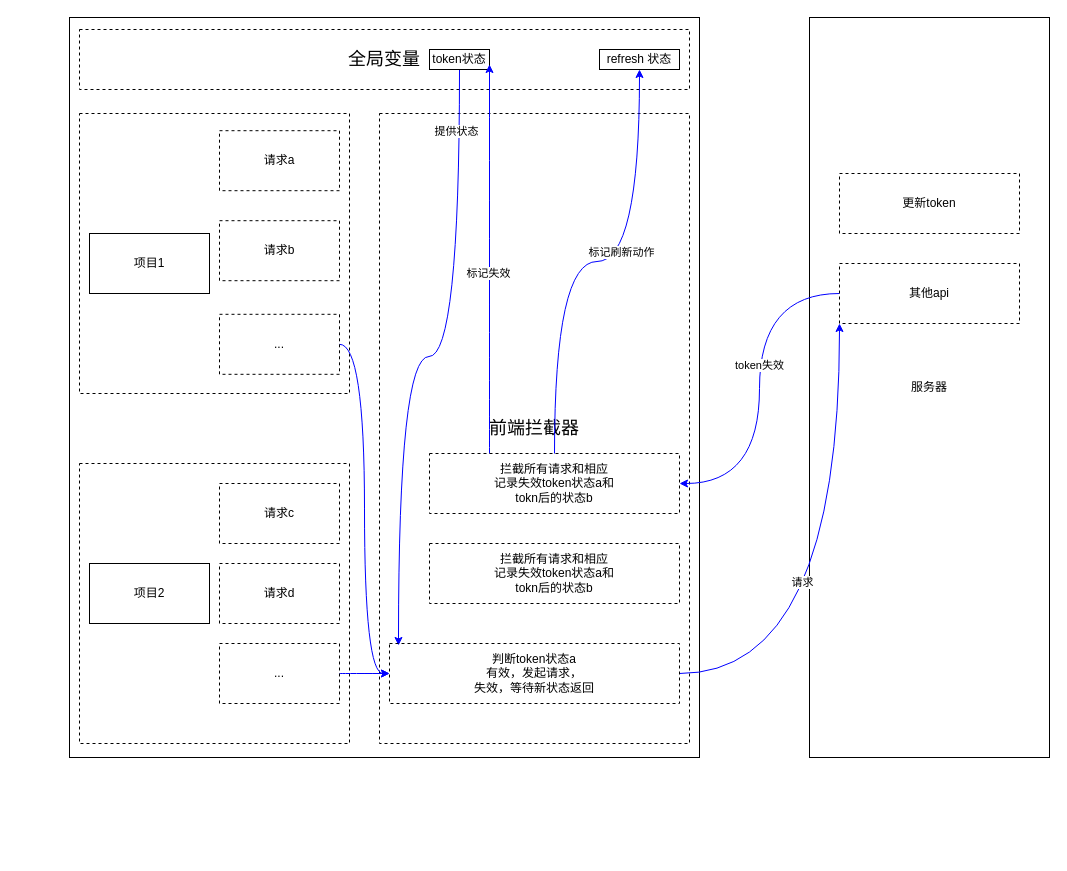
jsoncode/javascriptFuction keeps this draw.io diagram as Untitled Diagram.drawio. Above is the earlier version. Source tidied: cells renumbered, new cells numbered last; positions are measured from the earlier drawing's top-left corner, leaving out a move shared by most shapes. Both pictures are drawn from the tidied source at 100%, with x=0, y=0 at pixel (69, 17).
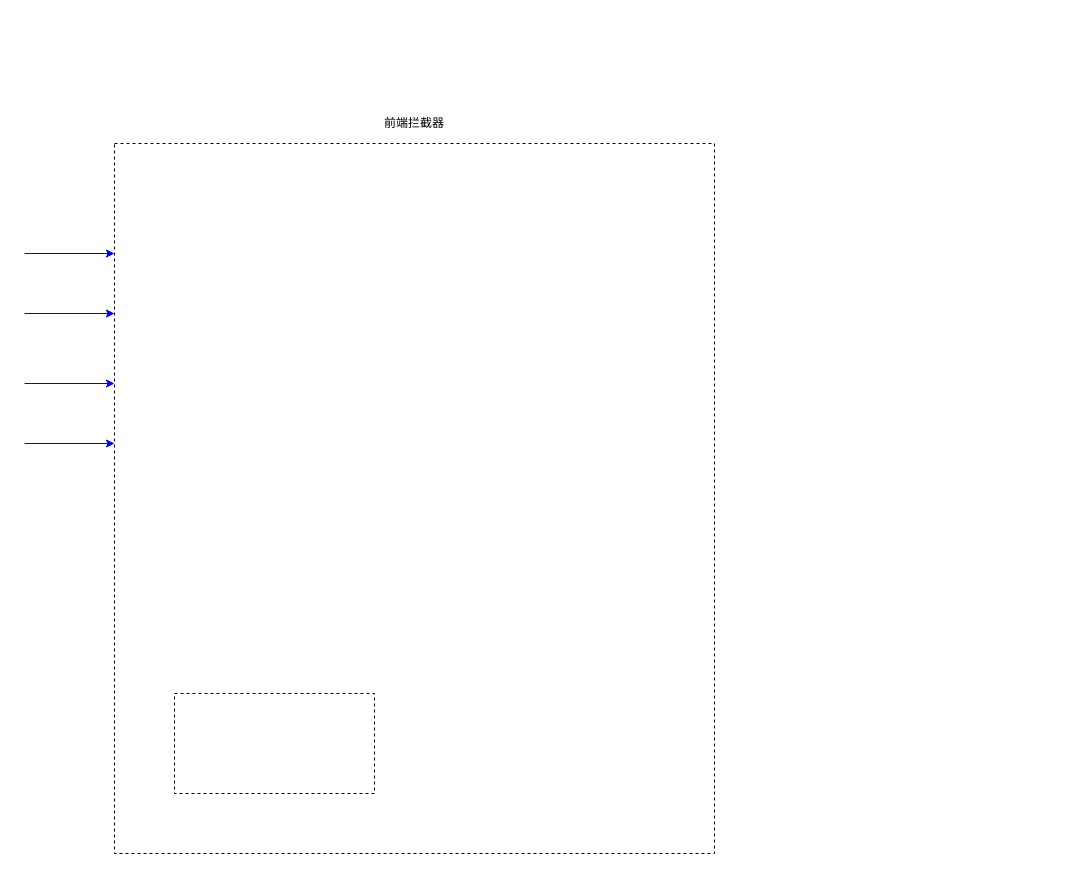
The same diagram, later.

Change to the diagram source:
```diff
@@
-    <mxCell id="2" value="服务器" style="rounded=0;whiteSpace=wrap;html=1;sketch=0;fillColor=none;" parent="1" vertex="1">
-      <mxGeometry x="740" width="240" height="740" as="geometry" />
-    </mxCell>
-    <mxCell id="3" style="rounded=0;whiteSpace=wrap;html=1;sketch=0;fillColor=none;" parent="1" vertex="1">
-      <mxGeometry width="630" height="740" as="geometry" />
-    </mxCell>
-    <mxCell id="4" value="&lt;font style=&quot;font-size: 18px&quot;&gt;全局变量&lt;/font&gt;" style="rounded=0;whiteSpace=wrap;html=1;sketch=0;fillColor=none;dashed=1;" parent="1" vertex="1">
-      <mxGeometry x="10" y="12" width="610" height="60" as="geometry" />
-    </mxCell>
+    <mxCell id="35" style="rounded=0;whiteSpace=wrap;html=1;dashed=1;sketch=0;fillColor=none;" parent="1" vertex="1">
+      <mxGeometry x="45" y="126" width="600" height="710" as="geometry" />
+    </mxCell>
+    <mxCell id="36" style="endArrow=classic;html=1;strokeColor=#0000FF;" parent="1" edge="1">
+      <mxGeometry relative="1" as="geometry">
+        <mxPoint x="-45" y="236" as="sourcePoint" />
+        <mxPoint x="45" y="236" as="targetPoint" />
+      </mxGeometry>
+    </mxCell>
+    <mxCell id="37" style="endArrow=classic;html=1;strokeColor=#0000FF;" parent="1" edge="1">
+      <mxGeometry relative="1" as="geometry">
+        <mxPoint x="-45" y="296" as="sourcePoint" />
+        <mxPoint x="45" y="296" as="targetPoint" />
+      </mxGeometry>
+    </mxCell>
+    <mxCell id="38" style="endArrow=classic;html=1;strokeColor=#0000FF;" parent="1" edge="1">
+      <mxGeometry relative="1" as="geometry">
+        <mxPoint x="-45" y="366" as="sourcePoint" />
+        <mxPoint x="45" y="366" as="targetPoint" />
+      </mxGeometry>
+    </mxCell>
+    <mxCell id="39" style="endArrow=classic;html=1;strokeColor=#0000FF;" parent="1" edge="1">
+      <mxGeometry relative="1" as="geometry">
+        <mxPoint x="-45" y="426" as="sourcePoint" />
+        <mxPoint x="45" y="426" as="targetPoint" />
+      </mxGeometry>
+    </mxCell>
+    <mxCell id="40" style="rounded=0;whiteSpace=wrap;html=1;dashed=1;sketch=0;fillColor=none;" parent="1" vertex="1">
+      <mxGeometry x="105" y="676" width="200" height="100" as="geometry" />
+    </mxCell>
-    <mxCell id="5" value="&lt;font style=&quot;font-size: 18px&quot;&gt;前端拦截器&lt;/font&gt;" style="rounded=0;whiteSpace=wrap;html=1;sketch=0;fillColor=none;dashed=1;" parent="1" vertex="1">
-      <mxGeometry x="310" y="96" width="310" height="630" as="geometry" />
+    <mxCell id="5" value="前端拦截器" style="text;html=1;strokeColor=none;fillColor=none;align=center;verticalAlign=middle;whiteSpace=wrap;rounded=0;dashed=1;sketch=0;" parent="1" vertex="1">
+      <mxGeometry x="310" y="96" width="70" height="20" as="geometry" />
     </mxCell>
-    <mxCell id="6" style="rounded=0;whiteSpace=wrap;html=1;sketch=0;fillColor=none;dashed=1;" parent="1" vertex="1">
-      <mxGeometry x="10" y="96" width="270" height="280" as="geometry" />
-    </mxCell>
-    <mxCell id="7" value="请求a" style="rounded=0;whiteSpace=wrap;html=1;dashed=1;sketch=0;fillColor=none;" parent="1" vertex="1">
-      <mxGeometry x="150" y="113.2" width="120" height="60" as="geometry" />
-    </mxCell>
-    <mxCell id="8" value="请求b" style="rounded=0;whiteSpace=wrap;html=1;dashed=1;sketch=0;fillColor=none;" parent="1" vertex="1">
-      <mxGeometry x="150" y="203.2" width="120" height="60" as="geometry" />
-    </mxCell>
-    <mxCell id="9" style="edgeStyle=orthogonalEdgeStyle;curved=1;sketch=0;jettySize=auto;html=1;entryX=0;entryY=0.5;entryDx=0;entryDy=0;strokeColor=#0000FF;" parent="1" edge="1" source="10" target="28">
-      <mxGeometry relative="1" as="geometry" />
-    </mxCell>
-    <mxCell id="10" value="..." style="rounded=0;whiteSpace=wrap;html=1;dashed=1;sketch=0;fillColor=none;" parent="1" vertex="1">
-      <mxGeometry x="150" y="296.8" width="120" height="60" as="geometry" />
-    </mxCell>
-    <mxCell id="11" style="edgeStyle=orthogonalEdgeStyle;curved=1;sketch=0;jettySize=auto;html=1;entryX=0.031;entryY=0.033;entryDx=0;entryDy=0;entryPerimeter=0;strokeColor=#0000FF;" parent="1" edge="1" source="13" target="28">
-      <mxGeometry relative="1" as="geometry" />
-    </mxCell>
-    <mxCell id="12" value="提供状态" style="edgeLabel;html=1;align=center;verticalAlign=middle;" parent="11" vertex="1">
-      <mxGeometry x="-0.81" y="-4" relative="1" as="geometry" />
-    </mxCell>
-    <mxCell id="13" value="token状态" style="rounded=0;whiteSpace=wrap;html=1;sketch=0;fillColor=none;" parent="1" vertex="1">
-      <mxGeometry x="360" y="32" width="60" height="20" as="geometry" />
-    </mxCell>
-    <mxCell id="14" value="refresh 状态" style="rounded=0;whiteSpace=wrap;html=1;sketch=0;fillColor=none;" parent="1" vertex="1">
-      <mxGeometry x="530" y="32" width="80" height="20" as="geometry" />
-    </mxCell>
-    <mxCell id="15" style="rounded=0;whiteSpace=wrap;html=1;sketch=0;fillColor=none;dashed=1;" parent="1" vertex="1">
-      <mxGeometry x="10" y="446" width="270" height="280" as="geometry" />
-    </mxCell>
-    <mxCell id="16" value="请求c" style="rounded=0;whiteSpace=wrap;html=1;dashed=1;sketch=0;fillColor=none;" parent="1" vertex="1">
-      <mxGeometry x="150" y="466" width="120" height="60" as="geometry" />
-    </mxCell>
-    <mxCell id="17" value="请求d" style="rounded=0;whiteSpace=wrap;html=1;dashed=1;sketch=0;fillColor=none;" parent="1" vertex="1">
-      <mxGeometry x="150" y="546" width="120" height="60" as="geometry" />
-    </mxCell>
-    <mxCell id="18" style="edgeStyle=orthogonalEdgeStyle;curved=1;sketch=0;jettySize=auto;html=1;entryX=0;entryY=0.5;entryDx=0;entryDy=0;strokeColor=#0000FF;" parent="1" edge="1" source="19" target="28">
-      <mxGeometry relative="1" as="geometry" />
-    </mxCell>
-    <mxCell id="19" value="..." style="rounded=0;whiteSpace=wrap;html=1;dashed=1;sketch=0;fillColor=none;" parent="1" vertex="1">
-      <mxGeometry x="150" y="626" width="120" height="60" as="geometry" />
-    </mxCell>
-    <mxCell id="20" value="项目1" style="rounded=0;whiteSpace=wrap;html=1;sketch=0;fillColor=none;" parent="1" vertex="1">
-      <mxGeometry x="20" y="216" width="120" height="60" as="geometry" />
-    </mxCell>
-    <mxCell id="21" value="项目2" style="rounded=0;whiteSpace=wrap;html=1;sketch=0;fillColor=none;" parent="1" vertex="1">
-      <mxGeometry x="20" y="546" width="120" height="60" as="geometry" />
-    </mxCell>
-    <mxCell id="22" value="更新token" style="rounded=0;whiteSpace=wrap;html=1;sketch=0;fillColor=none;dashed=1;" parent="1" vertex="1">
-      <mxGeometry x="770" y="156" width="180" height="60" as="geometry" />
-    </mxCell>
-    <mxCell id="23" style="edgeStyle=orthogonalEdgeStyle;curved=1;sketch=0;jettySize=auto;html=1;entryX=1;entryY=0.5;entryDx=0;entryDy=0;strokeColor=#0000FF;" parent="1" edge="1" source="25" target="33">
-      <mxGeometry relative="1" as="geometry" />
-    </mxCell>
-    <mxCell id="24" value="token失效" style="edgeLabel;html=1;align=center;verticalAlign=middle;" parent="23" vertex="1">
-      <mxGeometry x="-0.14" y="-1" relative="1" as="geometry" />
-    </mxCell>
-    <mxCell id="25" value="其他api" style="rounded=0;whiteSpace=wrap;html=1;dashed=1;sketch=0;fillColor=none;" parent="1" vertex="1">
-      <mxGeometry x="770" y="246" width="180" height="60" as="geometry" />
-    </mxCell>
-    <mxCell id="26" style="edgeStyle=orthogonalEdgeStyle;curved=1;sketch=0;jettySize=auto;html=1;entryX=0;entryY=1;entryDx=0;entryDy=0;strokeColor=#0000FF;" parent="1" edge="1" source="28" target="25">
-      <mxGeometry relative="1" as="geometry" />
-    </mxCell>
-    <mxCell id="27" value="请求" style="edgeLabel;html=1;align=center;verticalAlign=middle;" parent="26" vertex="1">
-      <mxGeometry x="-0.01" y="38" relative="1" as="geometry" />
-    </mxCell>
-    <mxCell id="28" value="判断token状态a&lt;br&gt;有效，发起请求，&lt;br&gt;失效，等待新状态返回" style="rounded=0;whiteSpace=wrap;html=1;dashed=1;sketch=0;fillColor=none;" parent="1" vertex="1">
-      <mxGeometry x="320" y="626" width="290" height="60" as="geometry" />
-    </mxCell>
-    <mxCell id="29" style="edgeStyle=orthogonalEdgeStyle;curved=1;sketch=0;jettySize=auto;html=1;entryX=1;entryY=0.75;entryDx=0;entryDy=0;strokeColor=#0000FF;" parent="1" edge="1" source="33" target="13">
-      <mxGeometry relative="1" as="geometry">
-        <Array as="points">
-          <mxPoint x="420" y="47" />
-        </Array>
-      </mxGeometry>
-    </mxCell>
-    <mxCell id="30" value="标记失效" style="edgeLabel;html=1;align=center;verticalAlign=middle;" parent="29" vertex="1">
-      <mxGeometry x="-0.07" y="2" relative="1" as="geometry" />
-    </mxCell>
-    <mxCell id="31" style="edgeStyle=orthogonalEdgeStyle;curved=1;sketch=0;jettySize=auto;html=1;entryX=0.5;entryY=1;entryDx=0;entryDy=0;strokeColor=#0000FF;" parent="1" edge="1" source="33" target="14">
-      <mxGeometry relative="1" as="geometry" />
-    </mxCell>
-    <mxCell id="32" value="标记刷新动作" style="edgeLabel;html=1;align=center;verticalAlign=middle;" parent="31" vertex="1">
-      <mxGeometry x="0.1" y="10" relative="1" as="geometry" />
-    </mxCell>
-    <mxCell id="33" value="&lt;span&gt;拦截所有请求和相应&lt;/span&gt;&lt;br&gt;&lt;span&gt;记录失效token状态a和&lt;/span&gt;&lt;br&gt;&lt;span&gt;tokn后的状态b&lt;/span&gt;" style="rounded=0;whiteSpace=wrap;html=1;dashed=1;sketch=0;fillColor=none;" parent="1" vertex="1">
-      <mxGeometry x="360" y="436" width="250" height="60" as="geometry" />
-    </mxCell>
-    <mxCell id="34" value="&lt;span&gt;拦截所有请求和相应&lt;/span&gt;&lt;br&gt;&lt;span&gt;记录失效token状态a和&lt;/span&gt;&lt;br&gt;&lt;span&gt;tokn后的状态b&lt;/span&gt;" style="rounded=0;whiteSpace=wrap;html=1;dashed=1;sketch=0;fillColor=none;" parent="1" vertex="1">
-      <mxGeometry x="360" y="526" width="250" height="60" as="geometry" />
-    </mxCell>
```
